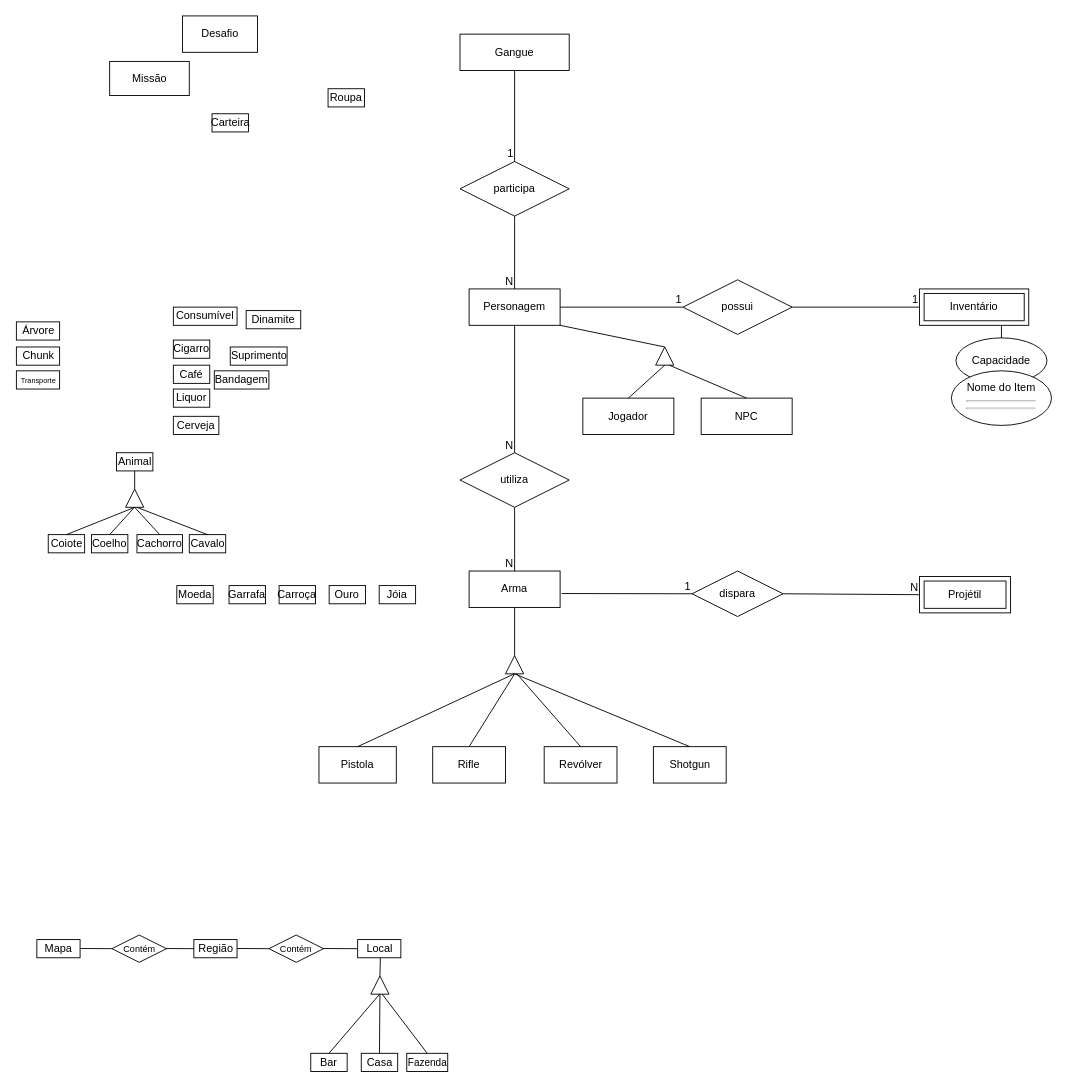
Before: assets/img/Untitled Diagram.drawio in SBD1/2024.1-Red_Dead_Redemption2, a draw.io diagram. Source tidied: cells renumbered, new cells numbered last; positions are measured from the earlier drawing's top-left corner, leaving out a move shared by most shapes. Both pictures are drawn from the tidied source at 91%, with x=0, y=0 at pixel (16, 15).
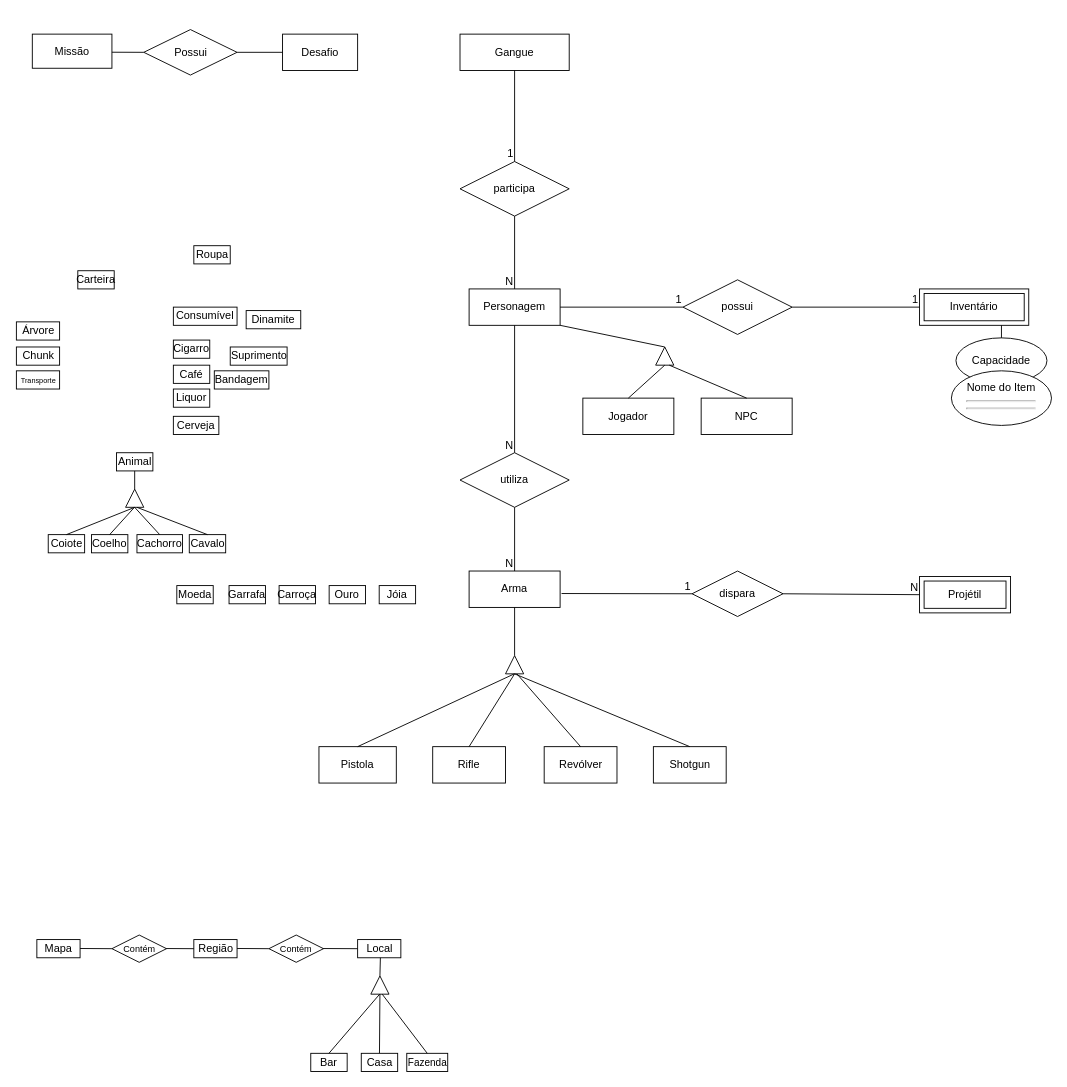
The same diagram, later.

Diff of the diagram source:
```diff
@@
     <mxCell id="14" value="Carteira" style="whiteSpace=wrap;html=1;" parent="1" vertex="1">
-      <mxGeometry x="214.5" y="107.5" width="40" height="20" as="geometry" />
+      <mxGeometry x="67" y="280" width="40" height="20" as="geometry" />
     </mxCell>
@@
     <mxCell id="21" value="Missão" style="whiteSpace=wrap;html=1;" parent="1" vertex="1">
-      <mxGeometry x="102" y="50" width="87.5" height="37.5" as="geometry" />
+      <mxGeometry x="17" y="20" width="87.5" height="37.5" as="geometry" />
     </mxCell>
     <mxCell id="22" value="Desafio" style="whiteSpace=wrap;html=1;" parent="1" vertex="1">
-      <mxGeometry x="182" width="82.5" height="40" as="geometry" />
+      <mxGeometry x="292" y="20" width="82.5" height="40" as="geometry" />
     </mxCell>
     <mxCell id="23" value="Roupa" style="whiteSpace=wrap;html=1;" parent="1" vertex="1">
-      <mxGeometry x="342" y="80" width="40" height="20" as="geometry" />
+      <mxGeometry x="194.5" y="252.5" width="40" height="20" as="geometry" />
     </mxCell>
@@
+    <mxCell id="94" value="Possui" style="shape=rhombus;perimeter=rhombusPerimeter;whiteSpace=wrap;html=1;align=center;" parent="1" vertex="1">
+      <mxGeometry x="139.5" y="15" width="102.5" height="50" as="geometry" />
+    </mxCell>
@@
+    <mxCell id="95" style="endArrow=none;html=1;rounded=0;entryX=0;entryY=0.5;entryDx=0;entryDy=0;" parent="1" edge="1" target="22">
+      <mxGeometry relative="1" as="geometry">
+        <mxPoint x="242" y="40" as="sourcePoint" />
+      </mxGeometry>
+    </mxCell>
+    <mxCell id="96" style="endArrow=none;html=1;rounded=0;entryX=0;entryY=0.5;entryDx=0;entryDy=0;" parent="1" edge="1" target="94">
+      <mxGeometry relative="1" as="geometry">
+        <mxPoint x="104.5" y="39.9" as="sourcePoint" />
+      </mxGeometry>
+    </mxCell>
```
